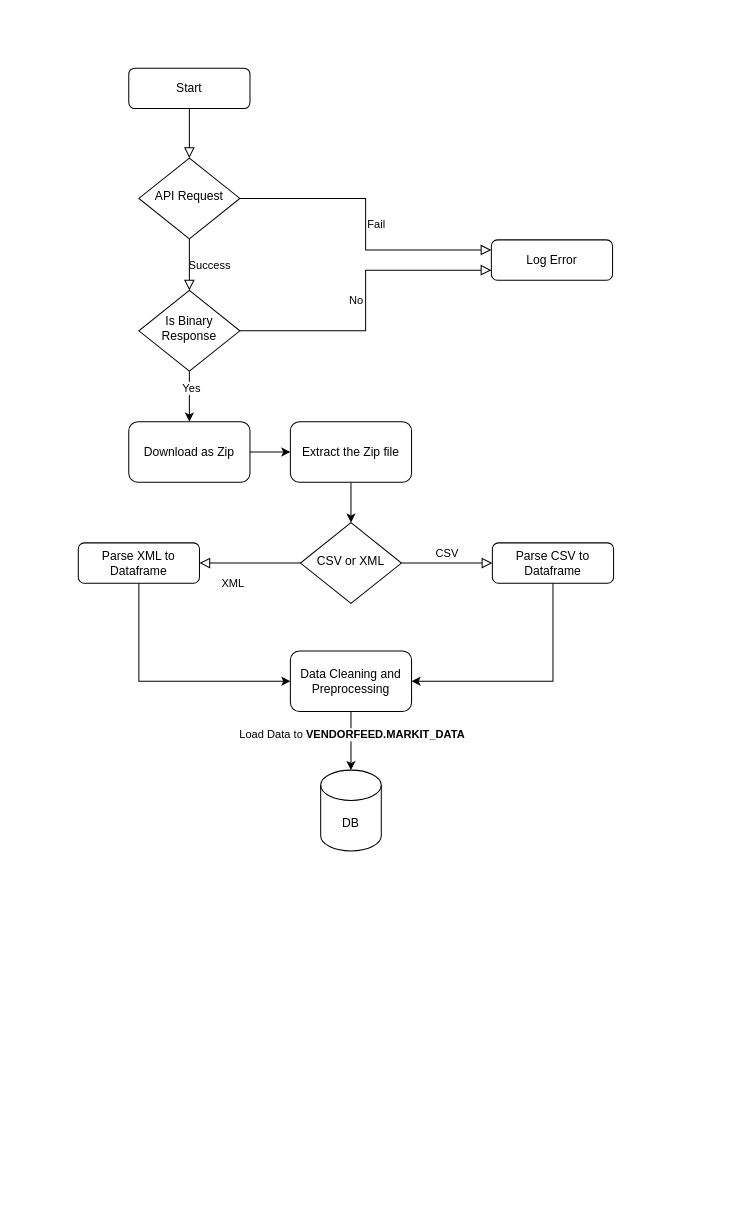
gurudevkumar51/My-files keeps this draw.io diagram as Market_Vendor_Py.drawio. Above is the earlier version. Source tidied: cells renumbered, new cells numbered last; positions are measured from the earlier drawing's top-left corner, leaving out a move shared by most shapes. Both pictures are drawn from the tidied source at 101%, with x=0, y=0 at pixel (78, 68).
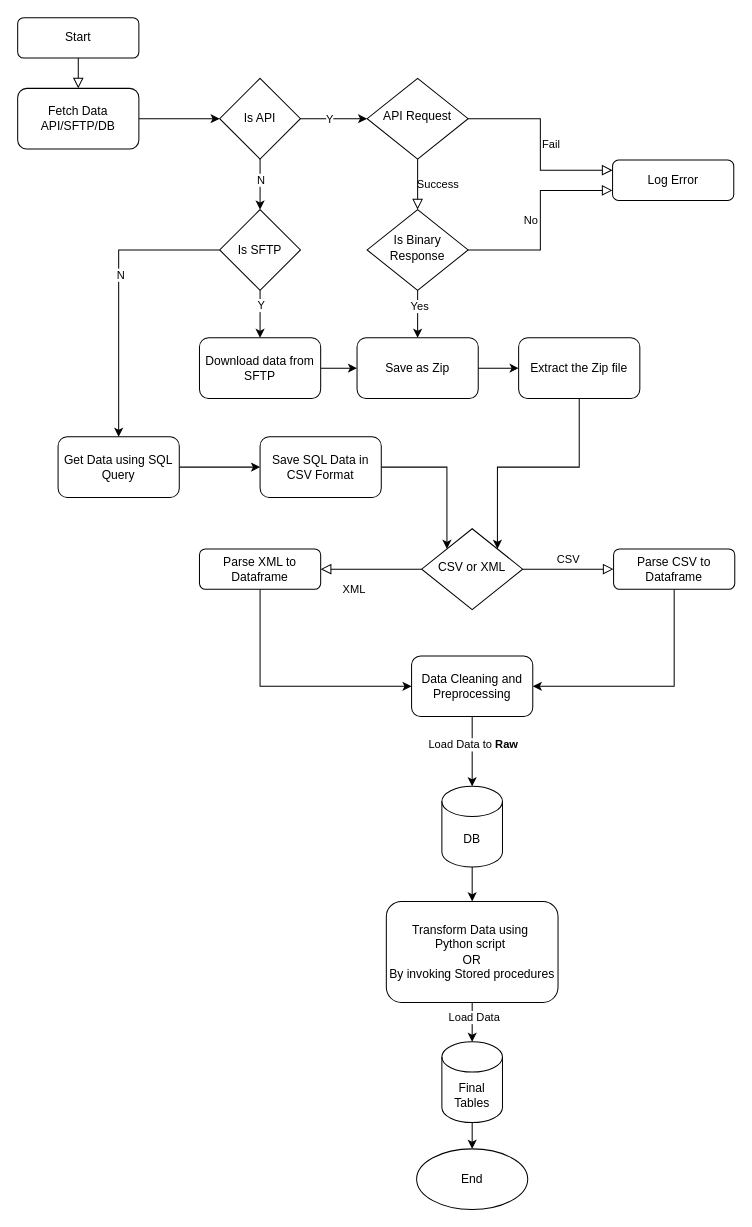
The same page after the edit.

The change refers to these unchanged cells:
```xml
<mxCell id="25" style="edgeStyle=orthogonalEdgeStyle;rounded=0;jettySize=auto;html=1;entryX=0.5;entryY=0;entryDx=0;entryDy=0;entryPerimeter=0;" parent="1" edge="1" source="23" target="24">
  <mxGeometry relative="1" as="geometry" />
</mxCell>
```

Diff of the diagram source:
```diff
@@
-    <mxCell id="2" style="rounded=0;html=1;jettySize=auto;fontSize=11;endArrow=block;endFill=0;endSize=8;strokeWidth=1;shadow=0;labelBackgroundColor=none;edgeStyle=orthogonalEdgeStyle;" parent="1" edge="1" source="3" target="6">
+    <mxCell id="2" style="rounded=0;html=1;jettySize=auto;fontSize=11;endArrow=block;endFill=0;endSize=8;strokeWidth=1;shadow=0;labelBackgroundColor=none;edgeStyle=orthogonalEdgeStyle;entryX=0.5;entryY=0;entryDx=0;entryDy=0;" parent="1" edge="1" source="3" target="29">
       <mxGeometry relative="1" as="geometry" />
     </mxCell>
     <mxCell id="3" value="Start" style="rounded=1;whiteSpace=wrap;html=1;fontSize=12;glass=0;strokeWidth=1;shadow=0;" parent="1" vertex="1">
-      <mxGeometry x="50" width="120" height="40" as="geometry" />
+      <mxGeometry x="-60" y="-50" width="120" height="40" as="geometry" />
     </mxCell>
@@
     <mxCell id="6" value="API Request" style="rhombus;whiteSpace=wrap;html=1;shadow=0;fontFamily=Helvetica;fontSize=12;align=center;strokeWidth=1;spacing=6;spacingTop=-4;" parent="1" vertex="1">
-      <mxGeometry x="60" y="89" width="100" height="80" as="geometry" />
+      <mxGeometry x="286" y="10" width="100" height="80" as="geometry" />
     </mxCell>
     <mxCell id="7" value="Log Error" style="rounded=1;whiteSpace=wrap;html=1;fontSize=12;glass=0;strokeWidth=1;shadow=0;" parent="1" vertex="1">
-      <mxGeometry x="409" y="170" width="120" height="40" as="geometry" />
+      <mxGeometry x="529" y="91" width="120" height="40" as="geometry" />
     </mxCell>
@@
     <mxCell id="10" value="CSV or XML" style="rhombus;whiteSpace=wrap;html=1;shadow=0;fontFamily=Helvetica;fontSize=12;align=center;strokeWidth=1;spacing=6;spacingTop=-4;" parent="1" vertex="1">
-      <mxGeometry x="220" y="450" width="100" height="80" as="geometry" />
+      <mxGeometry x="340" y="456" width="100" height="80" as="geometry" />
     </mxCell>
     <mxCell id="11" style="edgeStyle=orthogonalEdgeStyle;rounded=0;jettySize=auto;html=1;entryX=0;entryY=0.5;entryDx=0;entryDy=0;" parent="1" edge="1" source="12" target="23">
       <mxGeometry relative="1" as="geometry">
         <Array as="points">
-          <mxPoint x="60" y="607" />
+          <mxPoint x="180" y="612" />
         </Array>
       </mxGeometry>
     </mxCell>
     <mxCell id="12" value="Parse XML to Dataframe" style="rounded=1;whiteSpace=wrap;html=1;fontSize=12;glass=0;strokeWidth=1;shadow=0;" parent="1" vertex="1">
-      <mxGeometry y="470" width="120" height="40" as="geometry" />
+      <mxGeometry x="120" y="476" width="120" height="40" as="geometry" />
     </mxCell>
     <mxCell id="13" style="edgeStyle=orthogonalEdgeStyle;rounded=0;jettySize=auto;html=1;entryX=1;entryY=0.5;entryDx=0;entryDy=0;" parent="1" edge="1" source="14" target="23">
       <mxGeometry relative="1" as="geometry">
         <Array as="points">
-          <mxPoint x="470" y="607" />
+          <mxPoint x="590" y="612" />
         </Array>
       </mxGeometry>
     </mxCell>
     <mxCell id="14" value="Parse CSV to Dataframe" style="rounded=1;whiteSpace=wrap;html=1;fontSize=12;glass=0;strokeWidth=1;shadow=0;" parent="1" vertex="1">
-      <mxGeometry x="410" y="470" width="120" height="40" as="geometry" />
+      <mxGeometry x="530" y="476" width="120" height="40" as="geometry" />
     </mxCell>
-    <mxCell id="15" style="edgeStyle=orthogonalEdgeStyle;rounded=0;jettySize=auto;html=1;entryX=0.5;entryY=0;entryDx=0;entryDy=0;exitX=0.5;exitY=1;exitDx=0;exitDy=0;" parent="1" edge="1" source="22" target="10">
-      <mxGeometry relative="1" as="geometry" />
+    <mxCell id="15" style="edgeStyle=orthogonalEdgeStyle;rounded=0;jettySize=auto;html=1;exitX=0.5;exitY=0.883;exitDx=0;exitDy=0;exitPerimeter=0;" parent="1" edge="1" source="22" target="10">
+      <mxGeometry relative="1" as="geometry">
+        <Array as="points">
+          <mxPoint x="496" y="395" />
+          <mxPoint x="415" y="395" />
+        </Array>
+      </mxGeometry>
     </mxCell>
@@
-    <mxCell id="17" value="Download as Zip" style="rounded=1;whiteSpace=wrap;html=1;" parent="1" vertex="1">
-      <mxGeometry x="50" y="350" width="120" height="60" as="geometry" />
+    <mxCell id="17" value="Save as Zip" style="rounded=1;whiteSpace=wrap;html=1;" parent="1" vertex="1">
+      <mxGeometry x="276" y="267" width="120" height="60" as="geometry" />
     </mxCell>
@@
     <mxCell id="20" value="Is Binary Response" style="rhombus;whiteSpace=wrap;html=1;shadow=0;fontFamily=Helvetica;fontSize=12;align=center;strokeWidth=1;spacing=6;spacingTop=-4;" parent="1" vertex="1">
-      <mxGeometry x="60" y="220" width="100" height="80" as="geometry" />
+      <mxGeometry x="286" y="140" width="100" height="80" as="geometry" />
     </mxCell>
@@
     <mxCell id="22" value="Extract the Zip file" style="rounded=1;whiteSpace=wrap;html=1;" parent="1" vertex="1">
-      <mxGeometry x="210" y="350" width="120" height="60" as="geometry" />
+      <mxGeometry x="436" y="267" width="120" height="60" as="geometry" />
     </mxCell>
     <mxCell id="23" value="Data Cleaning and Preprocessing" style="rounded=1;whiteSpace=wrap;html=1;" parent="1" vertex="1">
-      <mxGeometry x="210" y="577" width="120" height="60" as="geometry" />
+      <mxGeometry x="330" y="582" width="120" height="60" as="geometry" />
     </mxCell>
+    <mxCell id="27" style="edgeStyle=orthogonalEdgeStyle;rounded=0;jettySize=auto;html=1;entryX=0.5;entryY=0;entryDx=0;entryDy=0;" parent="1" edge="1" source="24" target="46">
+      <mxGeometry relative="1" as="geometry" />
+    </mxCell>
     <mxCell id="24" value="DB" style="shape=cylinder3;whiteSpace=wrap;html=1;boundedLbl=1;backgroundOutline=1;size=15;" parent="1" vertex="1">
-      <mxGeometry x="240" y="695" width="60" height="80" as="geometry" />
+      <mxGeometry x="360" y="711" width="60" height="80" as="geometry" />
     </mxCell>
@@
-    <mxCell id="26" value="Load Data to &lt;b&gt;VENDORFEED.MARKIT_DATA&lt;/b&gt;" style="edgeLabel;html=1;align=center;verticalAlign=middle;" parent="25" vertex="1">
+    <mxCell id="26" value="Load Data to &lt;b&gt;Raw&lt;/b&gt;" style="edgeLabel;html=1;align=center;verticalAlign=middle;" parent="25" vertex="1">
       <mxGeometry x="-0.23" relative="1" as="geometry" />
     </mxCell>
+    <mxCell id="28" style="edgeStyle=orthogonalEdgeStyle;rounded=0;jettySize=auto;html=1;entryX=0;entryY=0.5;entryDx=0;entryDy=0;" parent="1" edge="1" source="29" target="36">
+      <mxGeometry relative="1" as="geometry" />
+    </mxCell>
+    <mxCell id="29" value="Fetch Data&lt;br&gt;API/SFTP/DB" style="rounded=1;whiteSpace=wrap;html=1;" parent="1" vertex="1">
+      <mxGeometry x="-60" y="20" width="120" height="60" as="geometry" />
+    </mxCell>
+    <mxCell id="30" style="edgeStyle=orthogonalEdgeStyle;rounded=0;jettySize=auto;html=1;entryX=0;entryY=0.5;entryDx=0;entryDy=0;" parent="1" edge="1" source="31" target="43">
+      <mxGeometry relative="1" as="geometry" />
+    </mxCell>
+    <mxCell id="31" value="Get Data using SQL Query" style="rounded=1;whiteSpace=wrap;html=1;" parent="1" vertex="1">
+      <mxGeometry x="-20" y="365" width="120" height="60" as="geometry" />
+    </mxCell>
+    <mxCell id="32" style="edgeStyle=orthogonalEdgeStyle;rounded=0;jettySize=auto;html=1;entryX=0;entryY=0.5;entryDx=0;entryDy=0;" parent="1" edge="1" source="36" target="6">
+      <mxGeometry relative="1" as="geometry" />
+    </mxCell>
+    <mxCell id="33" value="Y" style="edgeLabel;html=1;align=center;verticalAlign=middle;" parent="32" vertex="1">
+      <mxGeometry x="-0.14" relative="1" as="geometry" />
+    </mxCell>
+    <mxCell id="34" style="edgeStyle=orthogonalEdgeStyle;rounded=0;jettySize=auto;html=1;entryX=0.5;entryY=0;entryDx=0;entryDy=0;" parent="1" edge="1" source="36" target="41">
+      <mxGeometry relative="1" as="geometry" />
+    </mxCell>
+    <mxCell id="35" value="N" style="edgeLabel;html=1;align=center;verticalAlign=middle;" parent="34" vertex="1">
+      <mxGeometry x="-0.22" relative="1" as="geometry" />
+    </mxCell>
+    <mxCell id="36" value="Is API" style="rhombus;whiteSpace=wrap;html=1;" parent="1" vertex="1">
+      <mxGeometry x="140" y="10" width="80" height="80" as="geometry" />
+    </mxCell>
+    <mxCell id="37" style="edgeStyle=orthogonalEdgeStyle;rounded=0;jettySize=auto;html=1;entryX=0.5;entryY=0;entryDx=0;entryDy=0;exitX=0.5;exitY=1;exitDx=0;exitDy=0;" parent="1" edge="1" source="41" target="45">
+      <mxGeometry relative="1" as="geometry" />
+    </mxCell>
+    <mxCell id="38" value="Y" style="edgeLabel;html=1;align=center;verticalAlign=middle;" parent="37" vertex="1">
+      <mxGeometry x="-0.4" relative="1" as="geometry" />
+    </mxCell>
+    <mxCell id="39" style="edgeStyle=orthogonalEdgeStyle;rounded=0;jettySize=auto;html=1;entryX=0.5;entryY=0;entryDx=0;entryDy=0;exitX=0;exitY=0.5;exitDx=0;exitDy=0;" parent="1" edge="1" source="41" target="31">
+      <mxGeometry relative="1" as="geometry" />
+    </mxCell>
+    <mxCell id="40" value="N" style="edgeLabel;html=1;align=center;verticalAlign=middle;" parent="39" vertex="1">
+      <mxGeometry x="-0.13" y="1" relative="1" as="geometry" />
+    </mxCell>
+    <mxCell id="41" value="Is SFTP" style="rhombus;whiteSpace=wrap;html=1;" parent="1" vertex="1">
+      <mxGeometry x="140" y="140" width="80" height="80" as="geometry" />
+    </mxCell>
+    <mxCell id="42" style="edgeStyle=orthogonalEdgeStyle;rounded=0;jettySize=auto;html=1;entryX=0;entryY=0;entryDx=0;entryDy=0;" parent="1" edge="1" source="43" target="10">
+      <mxGeometry relative="1" as="geometry" />
+    </mxCell>
+    <mxCell id="43" value="Save SQL Data in CSV Format" style="rounded=1;whiteSpace=wrap;html=1;" parent="1" vertex="1">
+      <mxGeometry x="180" y="365" width="120" height="60" as="geometry" />
+    </mxCell>
+    <mxCell id="44" style="edgeStyle=orthogonalEdgeStyle;rounded=0;jettySize=auto;html=1;entryX=0;entryY=0.5;entryDx=0;entryDy=0;" parent="1" edge="1" source="45" target="17">
+      <mxGeometry relative="1" as="geometry" />
+    </mxCell>
+    <mxCell id="45" value="Download data from SFTP" style="rounded=1;whiteSpace=wrap;html=1;" parent="1" vertex="1">
+      <mxGeometry x="120" y="267" width="120" height="60" as="geometry" />
+    </mxCell>
+    <mxCell id="46" value="Transform Data using&amp;nbsp;&lt;div&gt;Python script&amp;nbsp;&lt;/div&gt;&lt;div&gt;OR&lt;br&gt;By invoking Stored procedures&lt;/div&gt;" style="rounded=1;whiteSpace=wrap;html=1;" parent="1" vertex="1">
+      <mxGeometry x="305" y="825" width="170" height="100" as="geometry" />
+    </mxCell>
+    <mxCell id="47" style="edgeStyle=orthogonalEdgeStyle;rounded=0;jettySize=auto;html=1;entryX=0.5;entryY=0;entryDx=0;entryDy=0;" parent="1" edge="1" source="48" target="51">
+      <mxGeometry relative="1" as="geometry" />
+    </mxCell>
+    <mxCell id="48" value="Final Tables" style="shape=cylinder3;whiteSpace=wrap;html=1;boundedLbl=1;backgroundOutline=1;size=15;" parent="1" vertex="1">
+      <mxGeometry x="360" y="964" width="60" height="80" as="geometry" />
+    </mxCell>
+    <mxCell id="49" style="edgeStyle=orthogonalEdgeStyle;rounded=0;jettySize=auto;html=1;entryX=0.5;entryY=0;entryDx=0;entryDy=0;entryPerimeter=0;" parent="1" edge="1" source="46" target="48">
+      <mxGeometry relative="1" as="geometry" />
+    </mxCell>
+    <mxCell id="50" value="Load Data" style="edgeLabel;html=1;align=center;verticalAlign=middle;" parent="49" vertex="1">
+      <mxGeometry x="-0.3" y="1" relative="1" as="geometry" />
+    </mxCell>
+    <mxCell id="51" value="End" style="ellipse;whiteSpace=wrap;html=1;" parent="1" vertex="1">
+      <mxGeometry x="335" y="1070" width="110" height="60" as="geometry" />
+    </mxCell>
```
